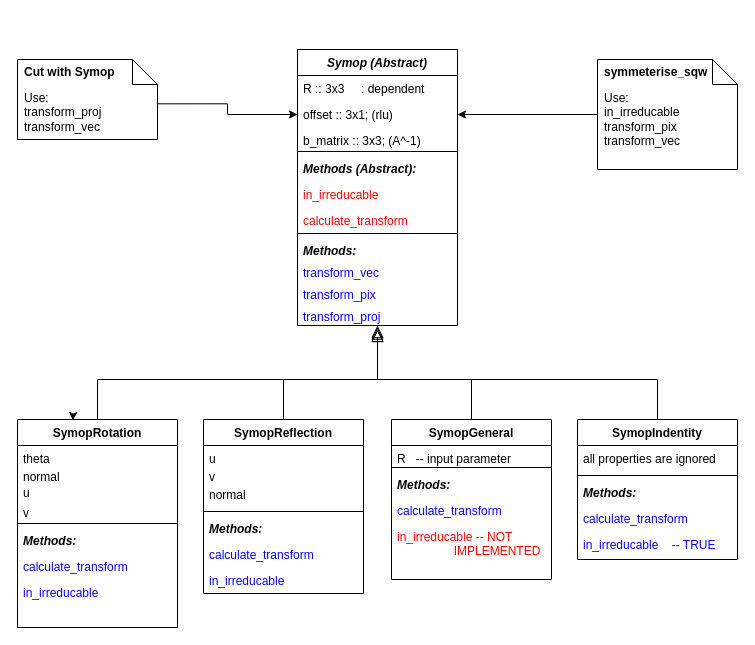
Earlier version of the draw.io diagram page "Page-1" (1 of 2) of documentation/diagrams/Symops.drawio (pace-neutrons/Horace). Source tidied: cells renumbered, new cells numbered last; positions are measured from the earlier drawing's top-left corner, leaving out a move shared by most shapes. Both pictures are drawn from the tidied source at 100%, with x=0, y=0 at pixel (17, 49).
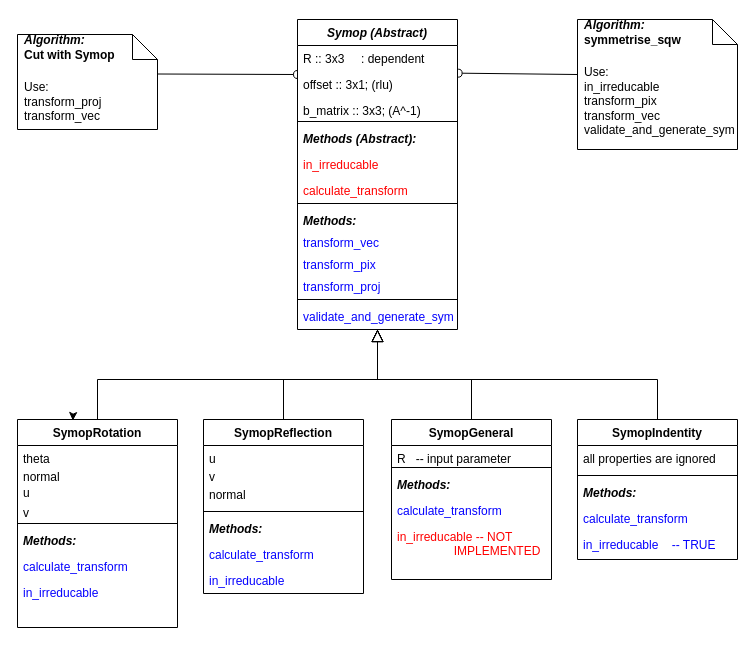
Above is the later version.

Commit message (it also covers changes not shown here):
Re #1918 A bit more ADD for symops

The change refers to these unchanged cells:
```xml
<mxCell id="4" value="offset :: 3x1; (rlu)" style="text;align=left;verticalAlign=top;spacingLeft=4;spacingRight=4;overflow=hidden;points=[[0,0.5],[1,0.5]];portConstraint=eastwest;rounded=0;shadow=0;html=0;" parent="2" vertex="1">
  <mxGeometry y="52" width="160" height="26" as="geometry" />
</mxCell>
<mxCell id="14" value="transform_proj" style="text;align=left;verticalAlign=top;spacingLeft=4;spacingRight=4;overflow=hidden;points=[[0,0.5],[1,0.5]];portConstraint=eastwest;fontStyle=0;fontColor=#0603FF;" parent="2" vertex="1">
  <mxGeometry y="254" width="160" height="22" as="geometry" />
</mxCell>
<mxCell id="26" value="SymopGeneral" style="swimlane;fontStyle=1;align=center;verticalAlign=top;horizontal=1;startSize=26;rounded=0;shadow=0;strokeWidth=1;" parent="1" vertex="1">
  <mxGeometry x="374" y="370" width="160" height="160" as="geometry" />
</mxCell>
```

The edit, as a diff of the source:
```diff
@@
     <mxCell id="2" value="Symop (Abstract)" style="swimlane;fontStyle=3;align=center;verticalAlign=top;horizontal=1;startSize=26;rounded=0;shadow=0;strokeWidth=1;" parent="1" vertex="1">
-      <mxGeometry x="280" width="160" height="276" as="geometry" />
+      <mxGeometry x="280" y="-30" width="160" height="310" as="geometry" />
     </mxCell>
@@
+    <mxCell id="56" style="line;html=1;strokeWidth=1;align=left;verticalAlign=middle;spacingTop=-1;spacingLeft=3;spacingRight=3;labelPosition=right;" parent="2" vertex="1">
+      <mxGeometry y="276" width="160" height="8" as="geometry" />
+    </mxCell>
@@
+    <mxCell id="57" value="validate_and_generate_sym" style="text;align=left;verticalAlign=top;spacingLeft=4;spacingRight=4;overflow=hidden;fontStyle=0;fontColor=#0603FF;" parent="2" vertex="1">
+      <mxGeometry y="284" width="160" height="22" as="geometry" />
+    </mxCell>
@@
-    <mxCell id="47" style="endArrow=block;endSize=10;endFill=0;shadow=0;strokeWidth=1;rounded=0;curved=0;edgeStyle=elbowEdgeStyle;elbow=vertical;exitX=0.5;exitY=0;exitDx=0;exitDy=0;entryX=0.5;entryY=1.076;entryDx=0;entryDy=0;entryPerimeter=0;" parent="1" edge="1" source="26" target="14">
+    <mxCell id="47" style="endArrow=block;endSize=10;endFill=0;shadow=0;strokeWidth=1;rounded=0;curved=0;edgeStyle=elbowEdgeStyle;elbow=vertical;exitX=0.5;exitY=0;exitDx=0;exitDy=0;entryX=0.5;entryY=1;entryDx=0;entryDy=0;" parent="1" edge="1" source="26" target="2">
       <mxGeometry relative="1" as="geometry">
         <Array as="points">
           <mxPoint x="410" y="330" />
         </Array>
       </mxGeometry>
     </mxCell>
@@
-    <mxCell id="49" value="Use:&lt;div&gt;transform_proj&lt;/div&gt;&lt;div&gt;transform_vec&lt;/div&gt;" style="shape=note2;boundedLbl=1;whiteSpace=wrap;html=1;size=25;verticalAlign=top;align=left;spacingLeft=5;" parent="1" vertex="1">
-      <mxGeometry y="10" width="140" height="80" as="geometry" />
+    <mxCell id="49" value="&lt;div&gt;&lt;br&gt;&lt;/div&gt;Use:&lt;div&gt;transform_proj&lt;/div&gt;&lt;div&gt;transform_vec&lt;/div&gt;" style="shape=note2;boundedLbl=1;whiteSpace=wrap;html=1;size=25;verticalAlign=top;align=left;spacingLeft=5;" parent="1" vertex="1">
+      <mxGeometry y="-15" width="140" height="95" as="geometry" />
     </mxCell>
-    <mxCell id="50" value="&lt;b&gt;Cut with Symop&lt;/b&gt;" style="strokeColor=none;fillColor=none;align=left;spacingLeft=5;whiteSpace=wrap;html=1;" parent="49" vertex="1">
+    <mxCell id="50" value="&lt;div&gt;&lt;b&gt;&lt;i&gt;Algorithm:&lt;/i&gt;&lt;/b&gt;&lt;/div&gt;&lt;b&gt;Cut with Symop&lt;/b&gt;" style="strokeColor=none;fillColor=none;align=left;spacingLeft=5;whiteSpace=wrap;html=1;" parent="49" vertex="1">
       <mxGeometry width="140" height="25" relative="1" as="geometry" />
     </mxCell>
-    <mxCell id="51" style="edgeStyle=orthogonalEdgeStyle;rounded=0;jettySize=auto;html=1;exitX=0;exitY=0.5;exitDx=0;exitDy=0;exitPerimeter=0;entryX=1;entryY=0.5;entryDx=0;entryDy=0;" parent="1" edge="1" source="52" target="4">
-      <mxGeometry relative="1" as="geometry" />
-    </mxCell>
-    <mxCell id="52" value="Use:&lt;div&gt;&lt;span style=&quot;background-color: transparent; color: light-dark(rgb(0, 0, 0), rgb(255, 255, 255));&quot;&gt;in_irreducable&lt;/span&gt;&lt;/div&gt;&lt;div&gt;transform_pix&lt;/div&gt;&lt;div&gt;transform_vec&lt;/div&gt;" style="shape=note2;boundedLbl=1;whiteSpace=wrap;html=1;size=25;verticalAlign=top;align=left;spacingLeft=5;" parent="1" vertex="1">
-      <mxGeometry x="580" y="10" width="140" height="110" as="geometry" />
+    <mxCell id="52" value="&lt;div&gt;&lt;br&gt;&lt;/div&gt;Use:&lt;div&gt;&lt;span style=&quot;background-color: transparent; color: light-dark(rgb(0, 0, 0), rgb(255, 255, 255));&quot;&gt;in_irreducable&lt;/span&gt;&lt;/div&gt;&lt;div&gt;transform_pix&lt;/div&gt;&lt;div&gt;transform_vec&lt;/div&gt;&lt;div&gt;validate_and_generate_sym&lt;/div&gt;" style="shape=note2;boundedLbl=1;whiteSpace=wrap;html=1;size=25;verticalAlign=top;align=left;spacingLeft=5;" parent="1" vertex="1">
+      <mxGeometry x="560" y="-30" width="160" height="130" as="geometry" />
     </mxCell>
-    <mxCell id="53" value="&lt;b&gt;symmeterise_sqw&lt;/b&gt;" style="strokeColor=none;fillColor=none;align=left;spacingLeft=5;whiteSpace=wrap;html=1;" parent="52" vertex="1">
-      <mxGeometry width="140" height="25" relative="1" as="geometry" />
+    <mxCell id="53" value="&lt;div&gt;&lt;b&gt;&lt;i&gt;Algorithm:&lt;/i&gt;&lt;/b&gt;&lt;/div&gt;&lt;b&gt;symmetrise_sqw&lt;/b&gt;" style="strokeColor=none;fillColor=none;align=left;spacingLeft=5;whiteSpace=wrap;html=1;" parent="52" vertex="1">
+      <mxGeometry width="160" height="25" relative="1" as="geometry" />
     </mxCell>
@@
-    <mxCell id="55" style="edgeStyle=orthogonalEdgeStyle;rounded=0;jettySize=auto;html=1;entryX=0;entryY=0.5;entryDx=0;entryDy=0;exitX=0.995;exitY=0.554;exitDx=0;exitDy=0;exitPerimeter=0;" parent="1" edge="1" source="49" target="4">
-      <mxGeometry relative="1" as="geometry" />
-    </mxCell>
+    <mxCell id="58" style="html=1;verticalAlign=bottom;labelBackgroundColor=none;endArrow=halfCircle;endFill=0;endSize=2;rounded=0;" parent="1" edge="1">
+      <mxGeometry relative="1" as="geometry">
+        <mxPoint x="140" y="24.5" as="sourcePoint" />
+        <mxPoint x="280" y="25" as="targetPoint" />
+      </mxGeometry>
+    </mxCell>
+    <mxCell id="59" style="html=1;verticalAlign=bottom;labelBackgroundColor=none;endArrow=halfCircle;endFill=0;endSize=2;rounded=0;exitX=0;exitY=0.5;exitDx=0;exitDy=0;exitPerimeter=0;entryX=1.004;entryY=0.064;entryDx=0;entryDy=0;entryPerimeter=0;" parent="1" edge="1" target="4">
+      <mxGeometry relative="1" as="geometry">
+        <mxPoint x="560" y="25" as="sourcePoint" />
+      </mxGeometry>
+    </mxCell>
```
